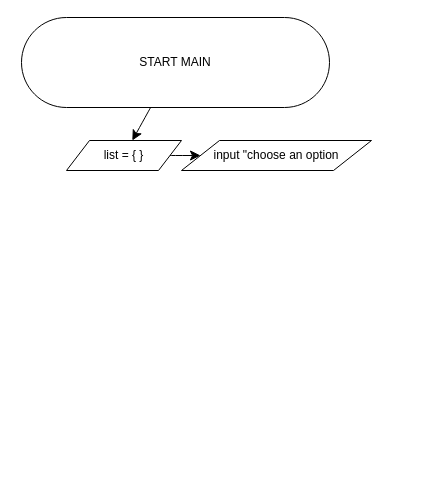
The draw.io diagram doc/weekSeven.drawio in RedjaderCode/redjader, before the edit. Source tidied: cells renumbered, new cells numbered last; positions are measured from the earlier drawing's top-left corner, leaving out a move shared by most shapes. Both pictures are drawn from the tidied source at 100%, with x=0, y=0 at pixel (21, 17).
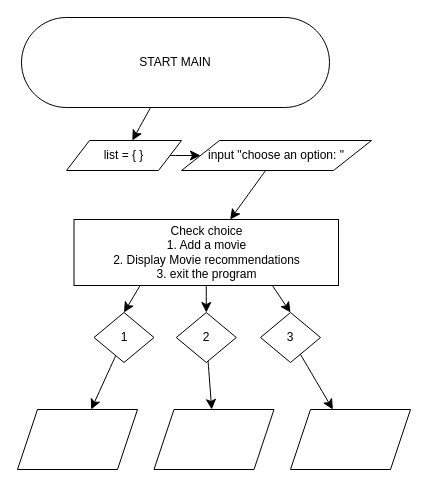
The same page after the edit.

Change to the diagram source:
```diff
@@
+    <mxCell id="7" style="edgeStyle=none;curved=1;rounded=0;jettySize=auto;html=1;fontSize=12;startSize=8;endSize=8;" parent="1" edge="1" source="6" target="11">
+      <mxGeometry relative="1" as="geometry" />
+    </mxCell>
-    <mxCell id="6" value="input &quot;choose an option" style="shape=parallelogram;perimeter=parallelogramPerimeter;whiteSpace=wrap;html=1;dashed=0;" parent="1" vertex="1">
+    <mxCell id="6" value="input &quot;choose an option: &quot;" style="shape=parallelogram;perimeter=parallelogramPerimeter;whiteSpace=wrap;html=1;dashed=0;" parent="1" vertex="1">
       <mxGeometry x="160" y="123" width="190" height="30" as="geometry" />
     </mxCell>
+    <mxCell id="8" style="edgeStyle=none;curved=1;rounded=0;jettySize=auto;html=1;exitX=0.25;exitY=1;exitDx=0;exitDy=0;entryX=0.5;entryY=0;entryDx=0;entryDy=0;fontSize=12;startSize=8;endSize=8;" parent="1" edge="1" source="11" target="13">
+      <mxGeometry relative="1" as="geometry" />
+    </mxCell>
+    <mxCell id="9" style="edgeStyle=none;curved=1;rounded=0;jettySize=auto;html=1;exitX=0.5;exitY=1;exitDx=0;exitDy=0;entryX=0.5;entryY=0;entryDx=0;entryDy=0;fontSize=12;startSize=8;endSize=8;" parent="1" edge="1" source="11" target="15">
+      <mxGeometry relative="1" as="geometry" />
+    </mxCell>
+    <mxCell id="10" style="edgeStyle=none;curved=1;rounded=0;jettySize=auto;html=1;exitX=0.75;exitY=1;exitDx=0;exitDy=0;entryX=0.5;entryY=0;entryDx=0;entryDy=0;fontSize=12;startSize=8;endSize=8;" parent="1" edge="1" source="11" target="17">
+      <mxGeometry relative="1" as="geometry" />
+    </mxCell>
+    <mxCell id="11" value="Check choice&lt;div&gt;1. Add a movie&lt;/div&gt;&lt;div&gt;2. Display Movie recommendations&lt;/div&gt;&lt;div&gt;3. exit the program&lt;/div&gt;" style="html=1;dashed=0;whiteSpace=wrap;" parent="1" vertex="1">
+      <mxGeometry x="52.5" y="202" width="264.5" height="66" as="geometry" />
+    </mxCell>
+    <mxCell id="12" style="edgeStyle=none;curved=1;rounded=0;jettySize=auto;html=1;fontSize=12;startSize=8;endSize=8;" parent="1" edge="1" source="13" target="18">
+      <mxGeometry relative="1" as="geometry" />
+    </mxCell>
+    <mxCell id="13" value="1" style="shape=rhombus;html=1;dashed=0;whiteSpace=wrap;perimeter=rhombusPerimeter;" parent="1" vertex="1">
+      <mxGeometry x="72.5" y="295" width="60" height="50" as="geometry" />
+    </mxCell>
+    <mxCell id="14" style="edgeStyle=none;curved=1;rounded=0;jettySize=auto;html=1;fontSize=12;startSize=8;endSize=8;" parent="1" edge="1" source="15" target="19">
+      <mxGeometry relative="1" as="geometry" />
+    </mxCell>
+    <mxCell id="15" value="2" style="shape=rhombus;html=1;dashed=0;whiteSpace=wrap;perimeter=rhombusPerimeter;" parent="1" vertex="1">
+      <mxGeometry x="154.8" y="295" width="60" height="50" as="geometry" />
+    </mxCell>
+    <mxCell id="16" style="edgeStyle=none;curved=1;rounded=0;jettySize=auto;html=1;fontSize=12;startSize=8;endSize=8;" parent="1" edge="1" source="17" target="20">
+      <mxGeometry relative="1" as="geometry" />
+    </mxCell>
+    <mxCell id="17" value="3" style="shape=rhombus;html=1;dashed=0;whiteSpace=wrap;perimeter=rhombusPerimeter;" parent="1" vertex="1">
+      <mxGeometry x="239" y="295" width="60" height="50" as="geometry" />
+    </mxCell>
+    <mxCell id="18" style="shape=parallelogram;perimeter=parallelogramPerimeter;whiteSpace=wrap;html=1;fixedSize=1;dashed=0;" parent="1" vertex="1">
+      <mxGeometry x="-4" y="392" width="120" height="60" as="geometry" />
+    </mxCell>
+    <mxCell id="19" style="shape=parallelogram;perimeter=parallelogramPerimeter;whiteSpace=wrap;html=1;fixedSize=1;dashed=0;" parent="1" vertex="1">
+      <mxGeometry x="132.5" y="392" width="120" height="60" as="geometry" />
+    </mxCell>
+    <mxCell id="20" style="shape=parallelogram;perimeter=parallelogramPerimeter;whiteSpace=wrap;html=1;fixedSize=1;dashed=0;" parent="1" vertex="1">
+      <mxGeometry x="269" y="392" width="120" height="60" as="geometry" />
+    </mxCell>
```
